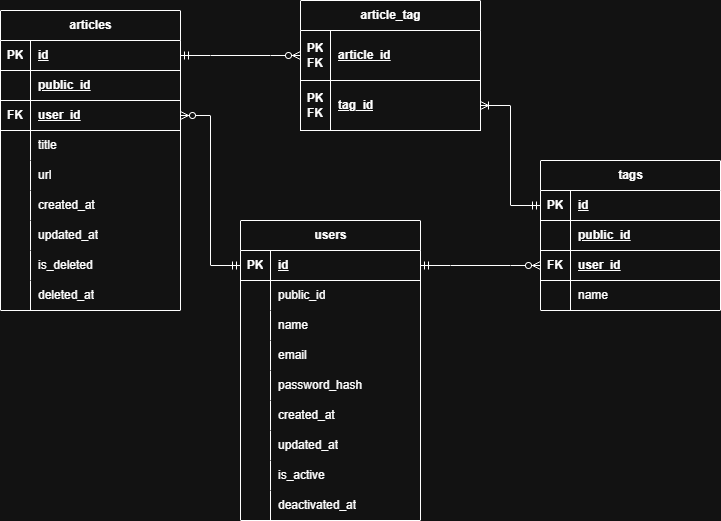
Earlier version of the draw.io export docs/assets/ER diagram.drawio.png (takuya1112/webtag). Source tidied: cells renumbered, new cells last; positions are measured from the earlier drawing's top-left corner, leaving out a move shared by most shapes.
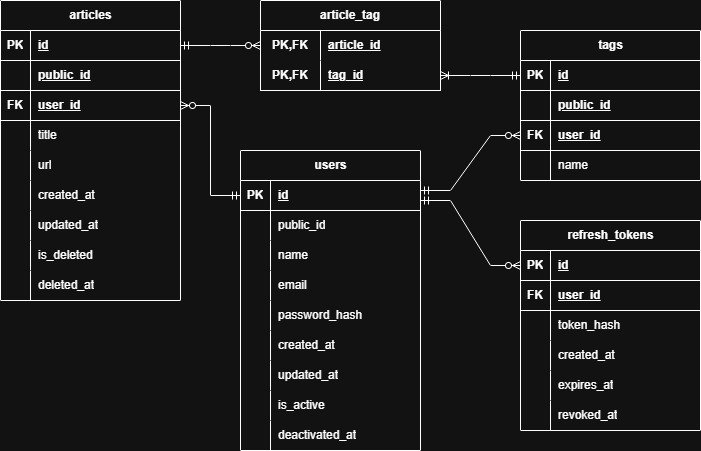
Above is the later version.

Commit message:
add refresh_tokens table

The edit, as a diff of the source:
```diff
@@ -87,7 +87,7 @@
       <mxGeometry x="30" width="150" height="30" as="geometry" />
     </mxCell>
     <mxCell id="30" value="tags" style="shape=table;startSize=30;rowLines=0;fontStyle=1;align=center;html=1;" parent="1" vertex="1">
-      <mxGeometry x="540" y="160" width="180" height="150" as="geometry" />
+      <mxGeometry x="520" y="40" width="180" height="150" as="geometry" />
     </mxCell>
     <mxCell id="31" style="shape=tableRow;horizontal=0;startSize=0;swimlaneHead=0;swimlaneBody=0;fillColor=none;points=[[0,0.5],[1,0.5]];portConstraint=eastwest;top=0;left=0;right=0;bottom=1;" parent="30" vertex="1">
       <mxGeometry y="30" width="180" height="30" as="geometry" />
@@ -125,35 +125,14 @@
     <mxCell id="42" value="name" style="shape=partialRectangle;fillColor=none;top=0;left=0;bottom=0;right=0;align=left;spacingLeft=6;overflow=hidden;whiteSpace=wrap;html=1;" parent="40" vertex="1">
       <mxGeometry x="30" width="150" height="30" as="geometry" />
     </mxCell>
-    <mxCell id="43" value="article_tag" style="shape=table;startSize=30;rowLines=0;fontStyle=1;align=center;html=1;" parent="1" vertex="1">
-      <mxGeometry x="300" width="180" height="130" as="geometry" />
-    </mxCell>
-    <mxCell id="44" style="shape=tableRow;horizontal=0;startSize=0;swimlaneHead=0;swimlaneBody=0;fillColor=none;points=[[0,0.5],[1,0.5]];portConstraint=eastwest;top=0;left=0;right=0;bottom=1;" parent="43" vertex="1">
-      <mxGeometry y="30" width="180" height="50" as="geometry" />
-    </mxCell>
-    <mxCell id="45" value="PK&lt;div&gt;FK&lt;/div&gt;" style="shape=partialRectangle;fillColor=none;top=0;left=0;bottom=0;right=0;fontStyle=1;overflow=hidden;whiteSpace=wrap;html=1;" parent="44" vertex="1">
-      <mxGeometry width="30" height="50" as="geometry" />
-    </mxCell>
-    <mxCell id="46" value="article_id" style="shape=partialRectangle;fillColor=none;top=0;left=0;bottom=0;right=0;align=left;spacingLeft=6;fontStyle=5;overflow=hidden;whiteSpace=wrap;html=1;" parent="44" vertex="1">
-      <mxGeometry x="30" width="150" height="50" as="geometry" />
-    </mxCell>
-    <mxCell id="47" style="shape=tableRow;horizontal=0;startSize=0;swimlaneHead=0;swimlaneBody=0;fillColor=none;points=[[0,0.5],[1,0.5]];portConstraint=eastwest;top=0;left=0;right=0;bottom=1;" parent="43" vertex="1">
-      <mxGeometry y="80" width="180" height="50" as="geometry" />
-    </mxCell>
-    <mxCell id="48" value="PK&lt;div&gt;FK&lt;/div&gt;" style="shape=partialRectangle;fillColor=none;top=0;left=0;bottom=0;right=0;fontStyle=1;overflow=hidden;whiteSpace=wrap;html=1;" parent="47" vertex="1">
-      <mxGeometry width="30" height="50" as="geometry" />
-    </mxCell>
-    <mxCell id="49" value="tag_id" style="shape=partialRectangle;fillColor=none;top=0;left=0;bottom=0;right=0;align=left;spacingLeft=6;fontStyle=5;overflow=hidden;whiteSpace=wrap;html=1;" parent="47" vertex="1">
-      <mxGeometry x="30" width="150" height="50" as="geometry" />
-    </mxCell>
-    <mxCell id="50" style="edgeStyle=entityRelationEdgeStyle;fontSize=12;html=1;endArrow=ERzeroToMany;startArrow=ERmandOne;rounded=0;exitX=1;exitY=0.5;exitDx=0;exitDy=0;entryX=0;entryY=0.5;entryDx=0;entryDy=0;" parent="1" edge="1" source="3" target="44">
+    <mxCell id="50" style="edgeStyle=entityRelationEdgeStyle;fontSize=12;html=1;endArrow=ERzeroToMany;startArrow=ERmandOne;rounded=0;exitX=1;exitY=0.5;exitDx=0;exitDy=0;entryX=0;entryY=0.5;entryDx=0;entryDy=0;" parent="1" edge="1" source="3" target="82">
       <mxGeometry relative="1" as="geometry" />
     </mxCell>
-    <mxCell id="51" style="edgeStyle=entityRelationEdgeStyle;fontSize=12;html=1;endArrow=ERoneToMany;startArrow=ERmandOne;rounded=0;entryX=1;entryY=0.5;entryDx=0;entryDy=0;" parent="1" edge="1" source="31" target="47">
+    <mxCell id="51" style="edgeStyle=entityRelationEdgeStyle;fontSize=12;html=1;endArrow=ERoneToMany;startArrow=ERmandOne;rounded=0;entryX=1;entryY=0.5;entryDx=0;entryDy=0;" parent="1" edge="1" source="31" target="84">
       <mxGeometry relative="1" as="geometry" />
     </mxCell>
     <mxCell id="52" value="users" style="shape=table;startSize=30;rowLines=0;fontStyle=1;align=center;html=1;" parent="1" vertex="1">
-      <mxGeometry x="240" y="220" width="180" height="300" as="geometry" />
+      <mxGeometry x="240" y="160" width="180" height="300" as="geometry" />
     </mxCell>
     <mxCell id="53" style="shape=tableRow;horizontal=0;startSize=0;swimlaneHead=0;swimlaneBody=0;fillColor=none;points=[[0,0.5],[1,0.5]];portConstraint=eastwest;top=0;left=0;right=0;bottom=1;" parent="52" vertex="1">
       <mxGeometry y="30" width="180" height="30" as="geometry" />
@@ -239,8 +218,93 @@
     <mxCell id="80" style="edgeStyle=entityRelationEdgeStyle;fontSize=12;html=1;endArrow=ERzeroToMany;startArrow=ERmandOne;rounded=0;exitX=0;exitY=0.5;exitDx=0;exitDy=0;entryX=1;entryY=0.5;entryDx=0;entryDy=0;" parent="1" edge="1" source="53" target="9">
       <mxGeometry relative="1" as="geometry" />
     </mxCell>
-    <mxCell id="81" style="edgeStyle=entityRelationEdgeStyle;fontSize=12;html=1;endArrow=ERzeroToMany;startArrow=ERmandOne;rounded=0;exitX=1;exitY=0.5;exitDx=0;exitDy=0;entryX=0;entryY=0.5;entryDx=0;entryDy=0;" parent="1" edge="1" source="53" target="37">
-      <mxGeometry relative="1" as="geometry" />
+    <mxCell id="81" style="edgeStyle=entityRelationEdgeStyle;fontSize=12;html=1;endArrow=ERzeroToMany;startArrow=ERmandOne;rounded=0;entryX=0;entryY=0.5;entryDx=0;entryDy=0;" parent="1" edge="1" target="37">
+      <mxGeometry relative="1" as="geometry">
+        <mxPoint x="420" y="200" as="sourcePoint" />
+      </mxGeometry>
     </mxCell>
+    <mxCell id="43" value="article_tag" style="shape=table;startSize=30;rowLines=0;fontStyle=1;align=center;html=1;whiteSpace=wrap;" parent="1" vertex="1">
+      <mxGeometry x="260" y="10" width="180" height="90" as="geometry" />
+    </mxCell>
+    <mxCell id="82" style="shape=tableRow;horizontal=0;startSize=0;swimlaneHead=0;swimlaneBody=0;fillColor=none;points=[[0,0.5],[1,0.5]];portConstraint=eastwest;top=0;left=0;right=0;bottom=0;html=1;" parent="43" vertex="1">
+      <mxGeometry y="30" width="180" height="30" as="geometry" />
+    </mxCell>
+    <mxCell id="83" value="PK,FK" style="shape=partialRectangle;fillColor=none;top=0;left=0;bottom=0;right=0;fontStyle=1;overflow=hidden;html=1;whiteSpace=wrap;" parent="82" vertex="1">
+      <mxGeometry width="60" height="30" as="geometry" />
+    </mxCell>
+    <mxCell id="46" value="article_id" style="shape=partialRectangle;fillColor=none;top=0;left=0;bottom=0;right=0;align=left;spacingLeft=6;fontStyle=5;overflow=hidden;html=1;whiteSpace=wrap;" parent="82" vertex="1">
+      <mxGeometry x="60" width="120" height="30" as="geometry" />
+    </mxCell>
+    <mxCell id="84" style="shape=tableRow;horizontal=0;startSize=0;swimlaneHead=0;swimlaneBody=0;fillColor=none;points=[[0,0.5],[1,0.5]];portConstraint=eastwest;top=0;left=0;right=0;bottom=1;html=1;" parent="43" vertex="1">
+      <mxGeometry y="60" width="180" height="30" as="geometry" />
+    </mxCell>
+    <mxCell id="85" value="PK,FK" style="shape=partialRectangle;fillColor=none;top=0;left=0;bottom=0;right=0;fontStyle=1;overflow=hidden;html=1;whiteSpace=wrap;" parent="84" vertex="1">
+      <mxGeometry width="60" height="30" as="geometry" />
+    </mxCell>
+    <mxCell id="49" value="tag_id" style="shape=partialRectangle;fillColor=none;top=0;left=0;bottom=0;right=0;align=left;spacingLeft=6;fontStyle=5;overflow=hidden;html=1;whiteSpace=wrap;" parent="84" vertex="1">
+      <mxGeometry x="60" width="120" height="30" as="geometry" />
+    </mxCell>
+    <mxCell id="86" value="refresh_tokens" style="shape=table;startSize=30;rowLines=0;fontStyle=1;align=center;html=1;" parent="1" vertex="1">
+      <mxGeometry x="520" y="230" width="180" height="210" as="geometry" />
+    </mxCell>
+    <mxCell id="87" style="shape=tableRow;horizontal=0;startSize=0;swimlaneHead=0;swimlaneBody=0;fillColor=none;points=[[0,0.5],[1,0.5]];portConstraint=eastwest;top=0;left=0;right=0;bottom=1;" parent="86" vertex="1">
+      <mxGeometry y="30" width="180" height="30" as="geometry" />
+    </mxCell>
+    <mxCell id="88" value="PK" style="shape=partialRectangle;fillColor=none;top=0;left=0;bottom=0;right=0;fontStyle=1;overflow=hidden;whiteSpace=wrap;html=1;" parent="87" vertex="1">
+      <mxGeometry width="30" height="30" as="geometry" />
+    </mxCell>
+    <mxCell id="89" value="id" style="shape=partialRectangle;fillColor=none;top=0;left=0;bottom=0;right=0;align=left;spacingLeft=6;fontStyle=5;overflow=hidden;whiteSpace=wrap;html=1;" parent="87" vertex="1">
+      <mxGeometry x="30" width="150" height="30" as="geometry" />
+    </mxCell>
+    <mxCell id="90" style="shape=tableRow;horizontal=0;startSize=0;swimlaneHead=0;swimlaneBody=0;fillColor=none;top=0;left=0;right=0;bottom=1;" parent="86" vertex="1">
+      <mxGeometry y="60" width="180" height="30" as="geometry" />
+    </mxCell>
+    <mxCell id="91" value="FK" style="shape=partialRectangle;fillColor=none;top=0;left=0;bottom=0;right=0;fontStyle=1;overflow=hidden;whiteSpace=wrap;html=1;" parent="90" vertex="1">
+      <mxGeometry width="30" height="30" as="geometry" />
+    </mxCell>
+    <mxCell id="92" value="user_id" style="shape=partialRectangle;fillColor=none;top=0;left=0;bottom=0;right=0;align=left;spacingLeft=6;fontStyle=5;overflow=hidden;whiteSpace=wrap;html=1;" parent="90" vertex="1">
+      <mxGeometry x="30" width="150" height="30" as="geometry" />
+    </mxCell>
+    <mxCell id="93" style="shape=tableRow;horizontal=0;startSize=0;swimlaneHead=0;swimlaneBody=0;fillColor=none;top=0;left=0;right=0;bottom=0;" parent="86" vertex="1">
+      <mxGeometry y="90" width="180" height="30" as="geometry" />
+    </mxCell>
+    <mxCell id="94" style="shape=partialRectangle;fillColor=none;top=0;left=0;bottom=0;right=0;overflow=hidden;whiteSpace=wrap;html=1;" parent="93" vertex="1">
+      <mxGeometry width="30" height="30" as="geometry" />
+    </mxCell>
+    <mxCell id="95" value="token_hash" style="shape=partialRectangle;fillColor=none;top=0;left=0;bottom=0;right=0;align=left;spacingLeft=6;overflow=hidden;whiteSpace=wrap;html=1;" parent="93" vertex="1">
+      <mxGeometry x="30" width="150" height="30" as="geometry" />
+    </mxCell>
+    <mxCell id="96" style="shape=tableRow;horizontal=0;startSize=0;swimlaneHead=0;swimlaneBody=0;fillColor=none;top=0;left=0;right=0;bottom=0;" parent="86" vertex="1">
+      <mxGeometry y="120" width="180" height="30" as="geometry" />
+    </mxCell>
+    <mxCell id="97" style="shape=partialRectangle;fillColor=none;top=0;left=0;bottom=0;right=0;overflow=hidden;whiteSpace=wrap;html=1;" parent="96" vertex="1">
+      <mxGeometry width="30" height="30" as="geometry" />
+    </mxCell>
+    <mxCell id="98" value="created_at" style="shape=partialRectangle;fillColor=none;top=0;left=0;bottom=0;right=0;align=left;spacingLeft=6;overflow=hidden;whiteSpace=wrap;html=1;" parent="96" vertex="1">
+      <mxGeometry x="30" width="150" height="30" as="geometry" />
+    </mxCell>
+    <mxCell id="99" style="shape=tableRow;horizontal=0;startSize=0;swimlaneHead=0;swimlaneBody=0;fillColor=none;top=0;left=0;right=0;bottom=0;" parent="86" vertex="1">
+      <mxGeometry y="150" width="180" height="30" as="geometry" />
+    </mxCell>
+    <mxCell id="100" style="shape=partialRectangle;fillColor=none;top=0;left=0;bottom=0;right=0;overflow=hidden;whiteSpace=wrap;html=1;" parent="99" vertex="1">
+      <mxGeometry width="30" height="30" as="geometry" />
+    </mxCell>
+    <mxCell id="101" value="expires_at" style="shape=partialRectangle;fillColor=none;top=0;left=0;bottom=0;right=0;align=left;spacingLeft=6;overflow=hidden;whiteSpace=wrap;html=1;" parent="99" vertex="1">
+      <mxGeometry x="30" width="150" height="30" as="geometry" />
+    </mxCell>
+    <mxCell id="102" style="shape=tableRow;horizontal=0;startSize=0;swimlaneHead=0;swimlaneBody=0;fillColor=none;top=0;left=0;right=0;bottom=0;" parent="86" vertex="1">
+      <mxGeometry y="180" width="180" height="30" as="geometry" />
+    </mxCell>
+    <mxCell id="103" style="shape=partialRectangle;fillColor=none;top=0;left=0;bottom=0;right=0;overflow=hidden;whiteSpace=wrap;html=1;" parent="102" vertex="1">
+      <mxGeometry width="30" height="30" as="geometry" />
+    </mxCell>
+    <mxCell id="104" value="revoked_at" style="shape=partialRectangle;fillColor=none;top=0;left=0;bottom=0;right=0;align=left;spacingLeft=6;overflow=hidden;whiteSpace=wrap;html=1;" parent="102" vertex="1">
+      <mxGeometry x="30" width="150" height="30" as="geometry" />
+    </mxCell>
+    <mxCell id="105" style="edgeStyle=entityRelationEdgeStyle;fontSize=12;html=1;endArrow=ERzeroToMany;startArrow=ERmandOne;rounded=0;entryX=0;entryY=0.5;entryDx=0;entryDy=0;" parent="1" edge="1" target="87">
+      <mxGeometry relative="1" as="geometry">
+        <mxPoint x="420" y="210" as="sourcePoint" />
+      </mxGeometry>
+    </mxCell>
   </root>
 </mxGraphModel>
```
